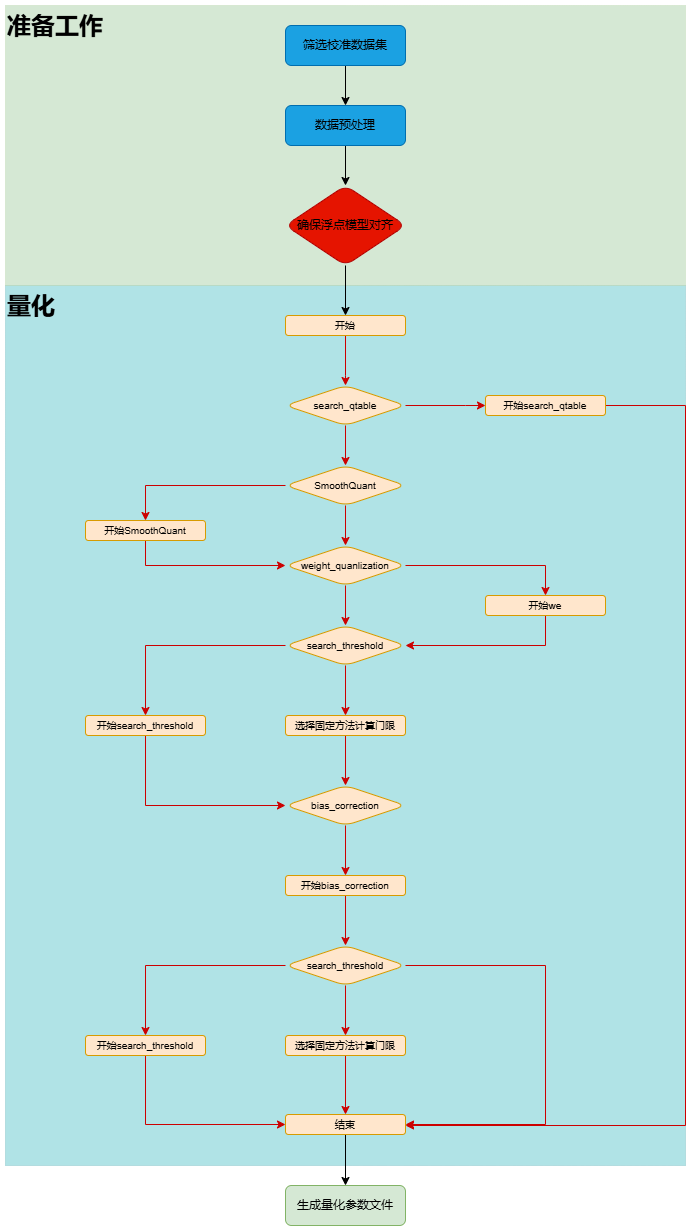
The draw.io diagram docs/quick_start/assets/quant.png in sophgo/tpu-mlir, before a commit. Source tidied: cells renumbered, new cells last; positions are measured from the earlier drawing's top-left corner, leaving out a move shared by most shapes.
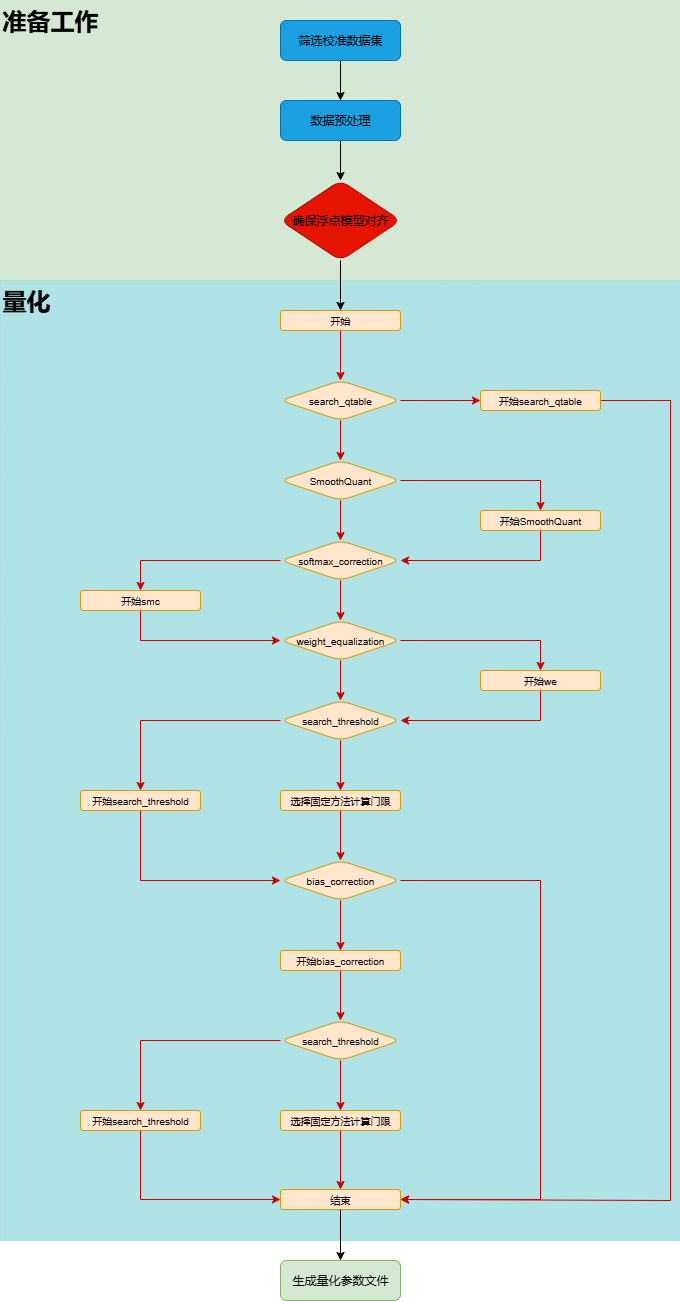
After the change.

Diff of the diagram source:
```diff
@@ -3,39 +3,39 @@
     <mxCell id="0" />
     <mxCell id="1" parent="0" />
     <mxCell id="2" value="&lt;h1 style=&quot;margin-top: 0px;&quot;&gt;量化&lt;/h1&gt;" style="text;html=1;whiteSpace=wrap;overflow=hidden;rounded=0;fillColor=#b0e3e6;strokeColor=#0e8088;fillStyle=auto;dashed=1;dashPattern=1 1;strokeWidth=0;align=left;" parent="1" vertex="1">
-      <mxGeometry y="280" width="680" height="880" as="geometry" />
+      <mxGeometry y="200" width="680" height="960" as="geometry" />
     </mxCell>
     <mxCell id="3" value="&lt;h1 style=&quot;margin-top: 0px;&quot;&gt;准备工作&lt;/h1&gt;" style="text;html=1;whiteSpace=wrap;overflow=hidden;rounded=0;fillColor=#d5e8d4;strokeColor=#82b366;fillStyle=auto;gradientColor=none;dashed=1;dashPattern=1 1;strokeWidth=0;" parent="1" vertex="1">
-      <mxGeometry width="680" height="280" as="geometry" />
+      <mxGeometry y="-80" width="680" height="280" as="geometry" />
     </mxCell>
     <mxCell id="4" style="edgeStyle=orthogonalEdgeStyle;rounded=0;jettySize=auto;html=1;" parent="1" edge="1" source="5" target="7">
       <mxGeometry relative="1" as="geometry" />
     </mxCell>
     <mxCell id="5" value="筛选校准数据集" style="rounded=1;whiteSpace=wrap;html=1;fillColor=#1ba1e2;strokeColor=#006EAF;fontColor=light-dark(#000000, #121212);" parent="1" vertex="1">
-      <mxGeometry x="280" y="20" width="120" height="40" as="geometry" />
+      <mxGeometry x="280" y="-60" width="120" height="40" as="geometry" />
     </mxCell>
     <mxCell id="6" style="edgeStyle=orthogonalEdgeStyle;rounded=0;jettySize=auto;html=1;" parent="1" edge="1" source="7" target="9">
       <mxGeometry relative="1" as="geometry" />
     </mxCell>
     <mxCell id="7" value="数据预处理" style="whiteSpace=wrap;html=1;rounded=1;fillColor=#1ba1e2;fontColor=light-dark(#000000, #121212);strokeColor=#006EAF;" parent="1" vertex="1">
-      <mxGeometry x="280" y="100" width="120" height="40" as="geometry" />
+      <mxGeometry x="280" y="20" width="120" height="40" as="geometry" />
     </mxCell>
     <mxCell id="8" style="edgeStyle=orthogonalEdgeStyle;rounded=0;jettySize=auto;html=1;" parent="1" edge="1" source="9" target="11">
       <mxGeometry relative="1" as="geometry" />
     </mxCell>
     <mxCell id="9" value="确保浮点模型对齐" style="rhombus;whiteSpace=wrap;html=1;rounded=1;fillColor=#e51400;fontColor=light-dark(#000000, #121212);strokeColor=#B20000;" parent="1" vertex="1">
-      <mxGeometry x="280" y="180" width="120" height="80" as="geometry" />
+      <mxGeometry x="280" y="100" width="120" height="80" as="geometry" />
     </mxCell>
     <mxCell id="10" style="edgeStyle=orthogonalEdgeStyle;rounded=0;jettySize=auto;html=1;strokeColor=light-dark(#cc0000, #ededed);" parent="1" edge="1" source="11" target="14">
       <mxGeometry relative="1" as="geometry">
         <Array as="points">
-          <mxPoint x="340" y="370" />
-          <mxPoint x="340" y="370" />
+          <mxPoint x="340" y="290" />
+          <mxPoint x="340" y="290" />
         </Array>
       </mxGeometry>
     </mxCell>
     <mxCell id="11" value="开始" style="whiteSpace=wrap;html=1;rounded=1;fontSize=10;fillColor=#ffe6cc;strokeColor=#d79b00;" parent="1" vertex="1">
-      <mxGeometry x="280" y="310" width="120" height="20" as="geometry" />
+      <mxGeometry x="280" y="230" width="120" height="20" as="geometry" />
     </mxCell>
     <mxCell id="12" style="edgeStyle=orthogonalEdgeStyle;rounded=0;jettySize=auto;html=1;strokeColor=#CC0000;" parent="1" edge="1" source="14" target="17">
       <mxGeometry relative="1" as="geometry" />
@@ -43,22 +43,22 @@
     <mxCell id="13" style="edgeStyle=orthogonalEdgeStyle;rounded=0;jettySize=auto;html=1;entryX=0;entryY=0.5;entryDx=0;entryDy=0;strokeColor=#CC0000;" parent="1" edge="1" source="14" target="48">
       <mxGeometry relative="1" as="geometry">
         <Array as="points">
-          <mxPoint x="460" y="400" />
-          <mxPoint x="460" y="400" />
+          <mxPoint x="460" y="320" />
+          <mxPoint x="460" y="320" />
         </Array>
       </mxGeometry>
     </mxCell>
     <mxCell id="14" value="search_qtable" style="rhombus;whiteSpace=wrap;html=1;rounded=1;fontSize=10;fillColor=#ffe6cc;strokeColor=#d79b00;" parent="1" vertex="1">
-      <mxGeometry x="280" y="380" width="120" height="40" as="geometry" />
+      <mxGeometry x="280" y="300" width="120" height="40" as="geometry" />
     </mxCell>
-    <mxCell id="15" style="edgeStyle=orthogonalEdgeStyle;rounded=0;jettySize=auto;html=1;strokeColor=#CC0000;" parent="1" edge="1" source="17" target="20">
-      <mxGeometry relative="1" as="geometry" />
-    </mxCell>
     <mxCell id="16" style="edgeStyle=orthogonalEdgeStyle;rounded=0;jettySize=auto;html=1;entryX=0.5;entryY=0;entryDx=0;entryDy=0;strokeColor=#CC0000;" parent="1" edge="1" source="17" target="22">
       <mxGeometry relative="1" as="geometry" />
     </mxCell>
+    <mxCell id="49" style="edgeStyle=orthogonalEdgeStyle;rounded=0;jettySize=auto;html=1;exitX=0.5;exitY=1;exitDx=0;exitDy=0;strokeColor=light-dark(#cc0000, #ededed);" parent="1" edge="1" source="17" target="54">
+      <mxGeometry relative="1" as="geometry" />
+    </mxCell>
     <mxCell id="17" value="SmoothQuant" style="rhombus;whiteSpace=wrap;html=1;rounded=1;fontSize=10;fillColor=#ffe6cc;strokeColor=#d79b00;" parent="1" vertex="1">
-      <mxGeometry x="280" y="460" width="120" height="40" as="geometry" />
+      <mxGeometry x="280" y="380" width="120" height="40" as="geometry" />
     </mxCell>
     <mxCell id="18" style="edgeStyle=orthogonalEdgeStyle;rounded=0;jettySize=auto;html=1;strokeColor=#CC0000;" parent="1" edge="1" source="20" target="25">
       <mxGeometry relative="1" as="geometry" />
@@ -66,14 +66,14 @@
     <mxCell id="19" style="edgeStyle=orthogonalEdgeStyle;rounded=0;jettySize=auto;html=1;entryX=0.5;entryY=0;entryDx=0;entryDy=0;strokeColor=#CC0000;" parent="1" edge="1" source="20" target="27">
       <mxGeometry relative="1" as="geometry" />
     </mxCell>
-    <mxCell id="20" value="weight_quanlization" style="rhombus;whiteSpace=wrap;html=1;rounded=1;fontSize=10;fillColor=#ffe6cc;strokeColor=#d79b00;" parent="1" vertex="1">
+    <mxCell id="20" value="weight_equalization" style="rhombus;whiteSpace=wrap;html=1;rounded=1;fontSize=10;fillColor=#ffe6cc;strokeColor=#d79b00;" parent="1" vertex="1">
       <mxGeometry x="280" y="540" width="120" height="40" as="geometry" />
     </mxCell>
-    <mxCell id="21" style="edgeStyle=orthogonalEdgeStyle;rounded=0;jettySize=auto;html=1;exitX=0.5;exitY=1;exitDx=0;exitDy=0;entryX=0;entryY=0.5;entryDx=0;entryDy=0;strokeColor=#CC0000;" parent="1" edge="1" source="22" target="20">
-      <mxGeometry relative="1" as="geometry" />
-    </mxCell>
+    <mxCell id="50" style="edgeStyle=orthogonalEdgeStyle;rounded=0;jettySize=auto;html=1;exitX=0.5;exitY=1;exitDx=0;exitDy=0;entryX=1;entryY=0.5;entryDx=0;entryDy=0;fillColor=#a20025;strokeColor=light-dark(#cc0000, #ffc5c5);" parent="1" edge="1" source="22" target="54">
+      <mxGeometry relative="1" as="geometry" />
+    </mxCell>
     <mxCell id="22" value="开始SmoothQuant" style="whiteSpace=wrap;html=1;rounded=1;fontSize=10;fillColor=#ffe6cc;strokeColor=#d79b00;" parent="1" vertex="1">
-      <mxGeometry x="80" y="515" width="120" height="20" as="geometry" />
+      <mxGeometry x="480" y="430" width="120" height="20" as="geometry" />
     </mxCell>
     <mxCell id="23" style="edgeStyle=orthogonalEdgeStyle;rounded=0;jettySize=auto;html=1;strokeColor=#CC0000;" parent="1" edge="1" source="25" target="29">
       <mxGeometry relative="1" as="geometry" />
@@ -105,6 +105,14 @@
     <mxCell id="32" style="edgeStyle=orthogonalEdgeStyle;rounded=0;jettySize=auto;html=1;strokeColor=#CC0000;" parent="1" edge="1" source="33" target="35">
       <mxGeometry relative="1" as="geometry" />
     </mxCell>
+    <mxCell id="51" style="edgeStyle=orthogonalEdgeStyle;rounded=0;jettySize=auto;html=1;exitX=1;exitY=0.5;exitDx=0;exitDy=0;entryX=1;entryY=0.5;entryDx=0;entryDy=0;strokeColor=light-dark(#cc0000, #ededed);" parent="1" edge="1" source="33" target="45">
+      <mxGeometry relative="1" as="geometry">
+        <Array as="points">
+          <mxPoint x="540" y="800" />
+          <mxPoint x="540" y="1119" />
+        </Array>
+      </mxGeometry>
+    </mxCell>
     <mxCell id="33" value="bias_correction" style="rhombus;whiteSpace=wrap;html=1;rounded=1;fontSize=10;fillColor=#ffe6cc;strokeColor=#d79b00;" parent="1" vertex="1">
       <mxGeometry x="280" y="780" width="120" height="40" as="geometry" />
     </mxCell>
@@ -120,14 +128,6 @@
     <mxCell id="37" style="edgeStyle=orthogonalEdgeStyle;rounded=0;jettySize=auto;html=1;strokeColor=#CC0000;" parent="1" edge="1" source="39" target="43">
       <mxGeometry relative="1" as="geometry" />
     </mxCell>
-    <mxCell id="38" style="edgeStyle=orthogonalEdgeStyle;rounded=0;jettySize=auto;html=1;exitX=1;exitY=0.5;exitDx=0;exitDy=0;entryX=1;entryY=0.5;entryDx=0;entryDy=0;strokeColor=#CC0000;" parent="1" edge="1" source="39" target="45">
-      <mxGeometry relative="1" as="geometry">
-        <Array as="points">
-          <mxPoint x="540" y="960" />
-          <mxPoint x="540" y="1119" />
-        </Array>
-      </mxGeometry>
-    </mxCell>
     <mxCell id="39" value="search_threshold" style="rhombus;whiteSpace=wrap;html=1;rounded=1;fontSize=10;fillColor=#ffe6cc;strokeColor=#d79b00;" parent="1" vertex="1">
       <mxGeometry x="280" y="940" width="120" height="40" as="geometry" />
     </mxCell>
@@ -152,17 +152,31 @@
     <mxCell id="46" value="生成量化参数文件" style="whiteSpace=wrap;html=1;rounded=1;fillColor=#d5e8d4;strokeColor=#82b366;" parent="1" vertex="1">
       <mxGeometry x="280" y="1180" width="120" height="40" as="geometry" />
     </mxCell>
-    <mxCell id="47" style="edgeStyle=orthogonalEdgeStyle;rounded=0;jettySize=auto;html=1;exitX=1;exitY=0.5;exitDx=0;exitDy=0;strokeColor=#CC0000;" parent="1" edge="1" source="48">
+    <mxCell id="47" style="edgeStyle=orthogonalEdgeStyle;rounded=0;jettySize=auto;html=1;exitX=1;exitY=0.5;exitDx=0;exitDy=0;strokeColor=#CC0000;entryX=1;entryY=0.5;entryDx=0;entryDy=0;" parent="1" edge="1" source="48" target="45">
       <mxGeometry relative="1" as="geometry">
-        <mxPoint x="400" y="1120" as="targetPoint" />
         <Array as="points">
-          <mxPoint x="680" y="400" />
-          <mxPoint x="680" y="1120" />
+          <mxPoint x="670" y="320" />
+          <mxPoint x="670" y="1120" />
         </Array>
       </mxGeometry>
     </mxCell>
     <mxCell id="48" value="开始search_qtable" style="whiteSpace=wrap;html=1;rounded=1;fontSize=10;fillColor=#ffe6cc;strokeColor=#d79b00;" parent="1" vertex="1">
-      <mxGeometry x="480" y="390" width="120" height="20" as="geometry" />
+      <mxGeometry x="480" y="310" width="120" height="20" as="geometry" />
     </mxCell>
+    <mxCell id="52" style="edgeStyle=orthogonalEdgeStyle;rounded=0;jettySize=auto;html=1;exitX=0;exitY=0.5;exitDx=0;exitDy=0;entryX=0.5;entryY=0;entryDx=0;entryDy=0;strokeColor=light-dark(#cc0000, #ededed);" parent="1" edge="1" source="54" target="56">
+      <mxGeometry relative="1" as="geometry" />
+    </mxCell>
+    <mxCell id="53" style="edgeStyle=orthogonalEdgeStyle;rounded=0;jettySize=auto;html=1;exitX=0.5;exitY=1;exitDx=0;exitDy=0;entryX=0.5;entryY=0;entryDx=0;entryDy=0;strokeColor=light-dark(#cc0000, #ededed);" parent="1" edge="1" source="54" target="20">
+      <mxGeometry relative="1" as="geometry" />
+    </mxCell>
+    <mxCell id="54" value="softmax_correction" style="rhombus;whiteSpace=wrap;html=1;rounded=1;fontSize=10;fillColor=#ffe6cc;strokeColor=#d79b00;" parent="1" vertex="1">
+      <mxGeometry x="280" y="460" width="120" height="40" as="geometry" />
+    </mxCell>
+    <mxCell id="55" style="edgeStyle=orthogonalEdgeStyle;rounded=0;jettySize=auto;html=1;exitX=0.5;exitY=1;exitDx=0;exitDy=0;entryX=0;entryY=0.5;entryDx=0;entryDy=0;strokeColor=light-dark(#cc0000, #ededed);" parent="1" edge="1" source="56" target="20">
+      <mxGeometry relative="1" as="geometry" />
+    </mxCell>
+    <mxCell id="56" value="开始smc" style="whiteSpace=wrap;html=1;rounded=1;fontSize=10;fillColor=#ffe6cc;strokeColor=#d79b00;" parent="1" vertex="1">
+      <mxGeometry x="80" y="510" width="120" height="20" as="geometry" />
+    </mxCell>
   </root>
 </mxGraphModel>
```
